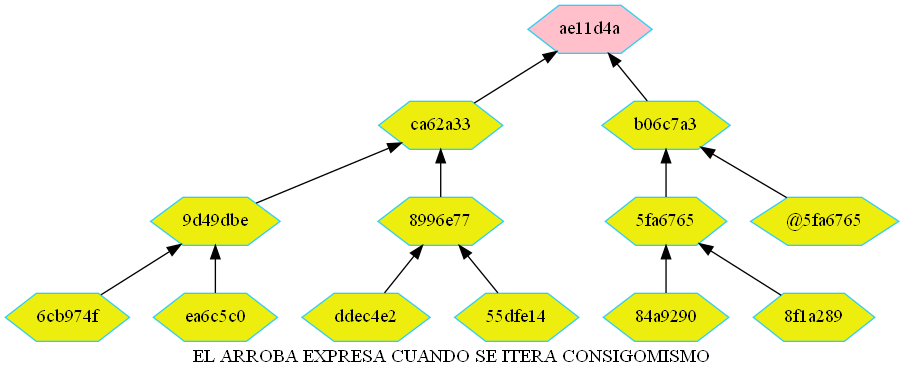
Earlier version of the Graphviz export merkle.png (betebetoven/EDDS2F2). Its source is kept beside it as merkle.dot.
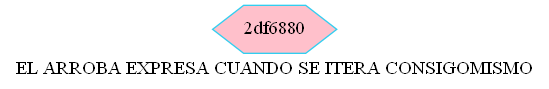
Above is the later version.

What changed in the source:
```diff
@@ -7,17 +7,5 @@
         node[color = "#31CEF0"]
         rankdir=BT;
 
-"ddec4e2" -> "8996e77"
-"55dfe14" -> "8996e77"
-"6cb974f" -> "9d49dbe"
-"ea6c5c0" -> "9d49dbe"
-"84a9290" -> "5fa6765"
-"8f1a289" -> "5fa6765"
-"8996e77" -> "ca62a33"
-"9d49dbe" -> "ca62a33"
-"5fa6765" -> "b06c7a3"
-"@5fa6765" -> "b06c7a3"
-"ca62a33" -> "ae11d4a"
-"b06c7a3" -> "ae11d4a"
-"ae11d4a"[fillcolor="pink"]
+"2df6880"[fillcolor="pink"]
 }
```
